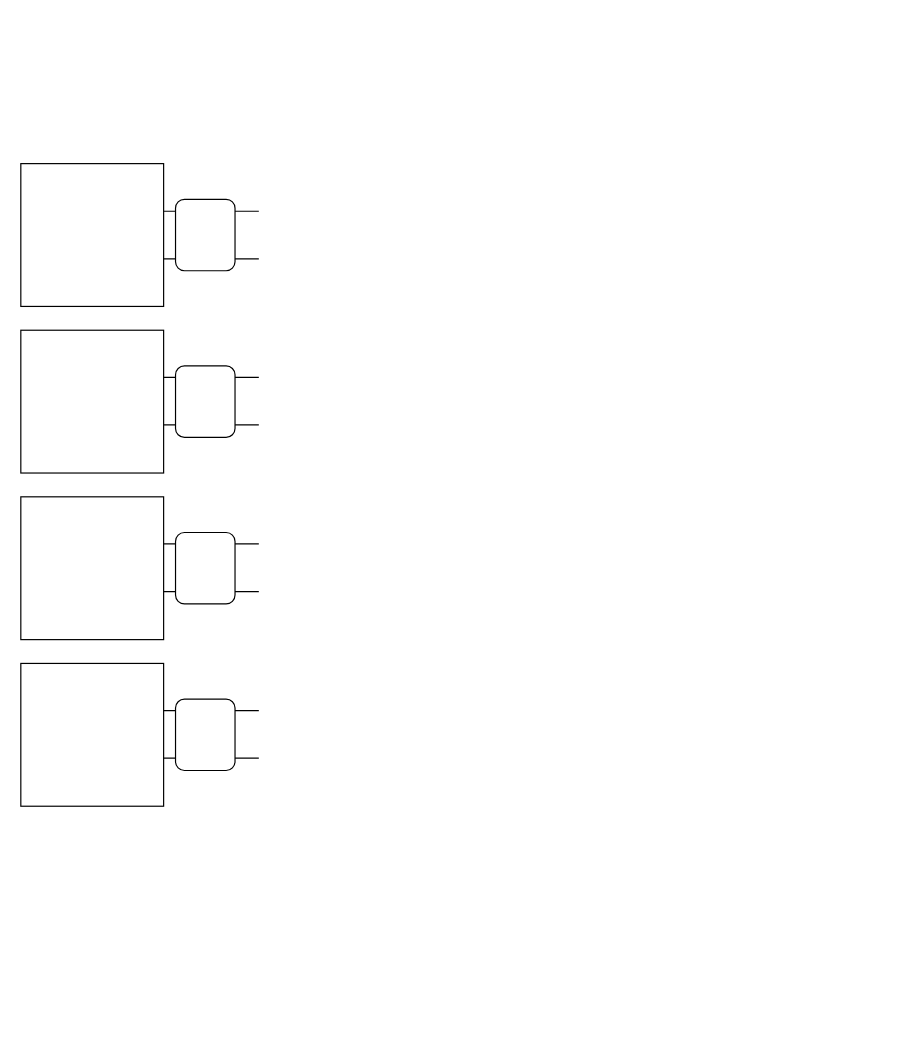
Above: BMS.drawio in VCODERN/draw.io (draw.io), before the change. Source tidied: cells renumbered, new cells numbered last; positions are measured from the earlier drawing's top-left corner, leaving out a move shared by most shapes. Both pictures are drawn from the tidied source at 119%, with x=0, y=0 at pixel (20, 163).
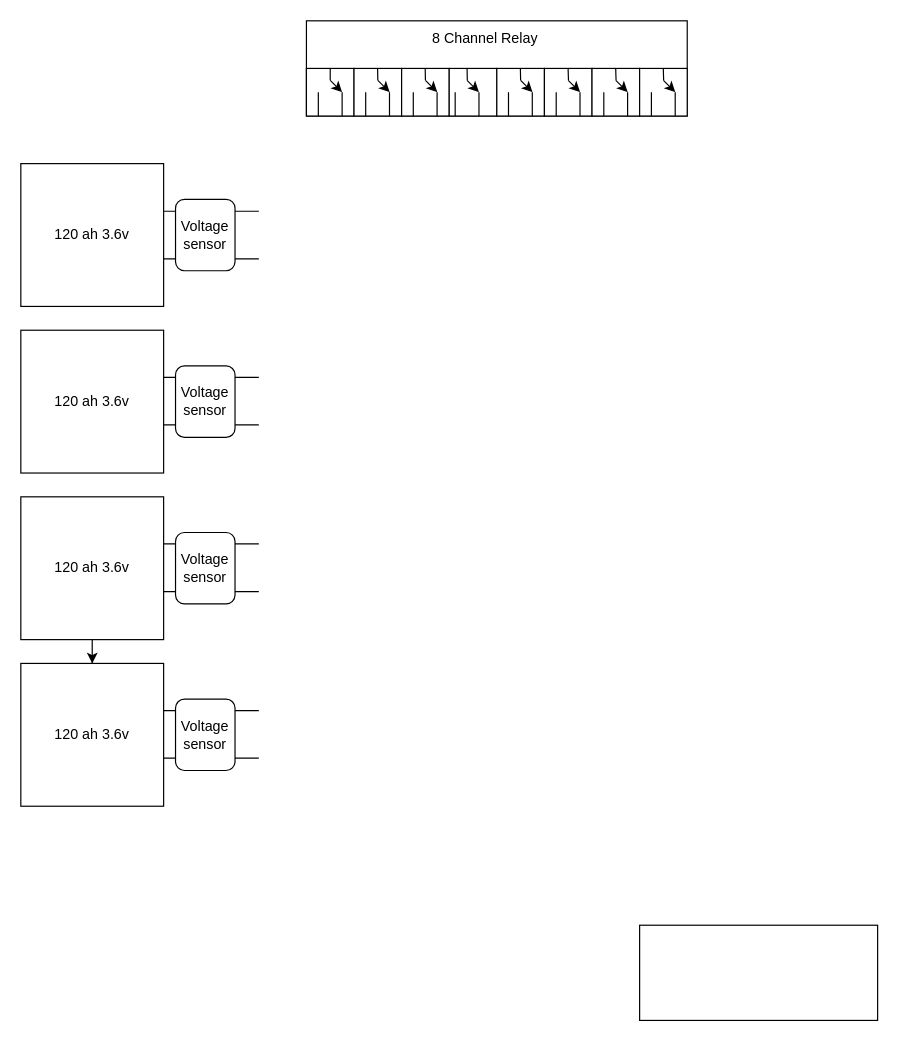
The same page after the edit.

Change to the diagram source:
```diff
@@
-    <mxCell id="2" style="whiteSpace=wrap;html=1;" parent="1" vertex="1">
+    <mxCell id="2" value="120 ah 3.6v" style="whiteSpace=wrap;html=1;" parent="1" vertex="1">
       <mxGeometry width="120" height="120" as="geometry" />
     </mxCell>
-    <mxCell id="3" style="whiteSpace=wrap;html=1;" parent="1" vertex="1">
+    <mxCell id="3" value="120 ah 3.6v" style="whiteSpace=wrap;html=1;" parent="1" vertex="1">
       <mxGeometry y="140" width="120" height="120" as="geometry" />
     </mxCell>
+    <mxCell id="18" style="edgeStyle=orthogonalEdgeStyle;rounded=0;jettySize=auto;html=1;" parent="1" edge="1" source="4" target="5">
+      <mxGeometry relative="1" as="geometry" />
+    </mxCell>
-    <mxCell id="4" style="whiteSpace=wrap;html=1;" parent="1" vertex="1">
+    <mxCell id="4" value="120 ah 3.6v" style="whiteSpace=wrap;html=1;" parent="1" vertex="1">
       <mxGeometry y="280" width="120" height="120" as="geometry" />
     </mxCell>
-    <mxCell id="5" style="whiteSpace=wrap;html=1;" parent="1" vertex="1">
+    <mxCell id="5" value="120 ah 3.6v" style="whiteSpace=wrap;html=1;" parent="1" vertex="1">
       <mxGeometry y="420" width="120" height="120" as="geometry" />
     </mxCell>
@@
-    <mxCell id="14" style="rounded=1;whiteSpace=wrap;html=1;" parent="1" vertex="1">
+    <mxCell id="14" value="Voltage sensor" style="rounded=1;whiteSpace=wrap;html=1;" parent="1" vertex="1">
       <mxGeometry x="130" y="30" width="50" height="60" as="geometry" />
     </mxCell>
-    <mxCell id="15" style="rounded=1;whiteSpace=wrap;html=1;" parent="1" vertex="1">
+    <mxCell id="15" value="Voltage sensor" style="rounded=1;whiteSpace=wrap;html=1;" parent="1" vertex="1">
       <mxGeometry x="130" y="170" width="50" height="60" as="geometry" />
     </mxCell>
-    <mxCell id="16" style="rounded=1;whiteSpace=wrap;html=1;" parent="1" vertex="1">
+    <mxCell id="16" value="Voltage sensor" style="rounded=1;whiteSpace=wrap;html=1;" parent="1" vertex="1">
       <mxGeometry x="130" y="310" width="50" height="60" as="geometry" />
     </mxCell>
-    <mxCell id="17" style="rounded=1;whiteSpace=wrap;html=1;" parent="1" vertex="1">
+    <mxCell id="17" value="Voltage sensor" style="rounded=1;whiteSpace=wrap;html=1;" parent="1" vertex="1">
       <mxGeometry x="130" y="450" width="50" height="60" as="geometry" />
     </mxCell>
+    <mxCell id="19" style="rounded=0;whiteSpace=wrap;html=1;" parent="1" vertex="1">
+      <mxGeometry x="240" y="-120" width="320" height="80" as="geometry" />
+    </mxCell>
+    <mxCell id="20" style="whiteSpace=wrap;html=1;" parent="1" vertex="1">
+      <mxGeometry x="240" y="-80" width="40" height="40" as="geometry" />
+    </mxCell>
+    <mxCell id="21" style="whiteSpace=wrap;html=1;" parent="1" vertex="1">
+      <mxGeometry x="280" y="-80" width="40" height="40" as="geometry" />
+    </mxCell>
+    <mxCell id="22" style="whiteSpace=wrap;html=1;" parent="1" vertex="1">
+      <mxGeometry x="320" y="-80" width="40" height="40" as="geometry" />
+    </mxCell>
+    <mxCell id="23" style="whiteSpace=wrap;html=1;" parent="1" vertex="1">
+      <mxGeometry x="360" y="-80" width="40" height="40" as="geometry" />
+    </mxCell>
+    <mxCell id="24" style="whiteSpace=wrap;html=1;" parent="1" vertex="1">
+      <mxGeometry x="400" y="-80" width="40" height="40" as="geometry" />
+    </mxCell>
+    <mxCell id="25" style="whiteSpace=wrap;html=1;" parent="1" vertex="1">
+      <mxGeometry x="440" y="-80" width="40" height="40" as="geometry" />
+    </mxCell>
+    <mxCell id="26" style="whiteSpace=wrap;html=1;" parent="1" vertex="1">
+      <mxGeometry x="480" y="-80" width="40" height="40" as="geometry" />
+    </mxCell>
+    <mxCell id="27" style="whiteSpace=wrap;html=1;" parent="1" vertex="1">
+      <mxGeometry x="520" y="-80" width="40" height="40" as="geometry" />
+    </mxCell>
+    <mxCell id="28" style="endArrow=none;html=1;rounded=0;exitX=0.5;exitY=0;exitDx=0;exitDy=0;" parent="1" edge="1" source="20">
+      <mxGeometry relative="1" as="geometry">
+        <mxPoint x="260" y="-70" as="targetPoint" />
+      </mxGeometry>
+    </mxCell>
+    <mxCell id="29" style="endArrow=none;html=1;rounded=0;exitX=0.5;exitY=0;exitDx=0;exitDy=0;" parent="1" edge="1">
+      <mxGeometry relative="1" as="geometry">
+        <mxPoint x="270" y="-60" as="sourcePoint" />
+        <mxPoint x="270" y="-40" as="targetPoint" />
+        <Array as="points">
+          <mxPoint x="270" y="-40" />
+        </Array>
+      </mxGeometry>
+    </mxCell>
+    <mxCell id="30" style="endArrow=none;html=1;rounded=0;exitX=0.5;exitY=0;exitDx=0;exitDy=0;" parent="1" edge="1">
+      <mxGeometry relative="1" as="geometry">
+        <mxPoint x="250" y="-60" as="sourcePoint" />
+        <mxPoint x="250" y="-40" as="targetPoint" />
+        <Array as="points">
+          <mxPoint x="250" y="-40" />
+        </Array>
+      </mxGeometry>
+    </mxCell>
+    <mxCell id="31" style="endArrow=none;html=1;rounded=0;exitX=0.5;exitY=0;exitDx=0;exitDy=0;" parent="1" edge="1">
+      <mxGeometry relative="1" as="geometry">
+        <mxPoint x="299.8" y="-80" as="sourcePoint" />
+        <mxPoint x="300" y="-70" as="targetPoint" />
+      </mxGeometry>
+    </mxCell>
+    <mxCell id="32" style="endArrow=none;html=1;rounded=0;exitX=0.5;exitY=0;exitDx=0;exitDy=0;" parent="1" edge="1">
+      <mxGeometry relative="1" as="geometry">
+        <mxPoint x="309.8" y="-60" as="sourcePoint" />
+        <mxPoint x="309.8" y="-40" as="targetPoint" />
+        <Array as="points">
+          <mxPoint x="309.8" y="-40" />
+        </Array>
+      </mxGeometry>
+    </mxCell>
+    <mxCell id="33" style="endArrow=none;html=1;rounded=0;exitX=0.5;exitY=0;exitDx=0;exitDy=0;" parent="1" edge="1">
+      <mxGeometry relative="1" as="geometry">
+        <mxPoint x="289.8" y="-60" as="sourcePoint" />
+        <mxPoint x="289.8" y="-40" as="targetPoint" />
+        <Array as="points">
+          <mxPoint x="289.8" y="-40" />
+        </Array>
+      </mxGeometry>
+    </mxCell>
+    <mxCell id="34" style="endArrow=none;html=1;rounded=0;exitX=0.5;exitY=0;exitDx=0;exitDy=0;" parent="1" edge="1">
+      <mxGeometry relative="1" as="geometry">
+        <mxPoint x="339.8" y="-80" as="sourcePoint" />
+        <mxPoint x="340" y="-70" as="targetPoint" />
+      </mxGeometry>
+    </mxCell>
+    <mxCell id="35" style="endArrow=none;html=1;rounded=0;exitX=0.5;exitY=0;exitDx=0;exitDy=0;" parent="1" edge="1">
+      <mxGeometry relative="1" as="geometry">
+        <mxPoint x="349.8" y="-60" as="sourcePoint" />
+        <mxPoint x="349.8" y="-40" as="targetPoint" />
+        <Array as="points">
+          <mxPoint x="349.8" y="-40" />
+        </Array>
+      </mxGeometry>
+    </mxCell>
+    <mxCell id="36" style="endArrow=none;html=1;rounded=0;exitX=0.5;exitY=0;exitDx=0;exitDy=0;" parent="1" edge="1">
+      <mxGeometry relative="1" as="geometry">
+        <mxPoint x="329.8" y="-60" as="sourcePoint" />
+        <mxPoint x="329.8" y="-40" as="targetPoint" />
+        <Array as="points">
+          <mxPoint x="329.8" y="-40" />
+        </Array>
+      </mxGeometry>
+    </mxCell>
+    <mxCell id="37" style="endArrow=none;html=1;rounded=0;exitX=0.5;exitY=0;exitDx=0;exitDy=0;" parent="1" edge="1">
+      <mxGeometry relative="1" as="geometry">
+        <mxPoint x="375" y="-80" as="sourcePoint" />
+        <mxPoint x="375.2" y="-70" as="targetPoint" />
+      </mxGeometry>
+    </mxCell>
+    <mxCell id="38" style="endArrow=none;html=1;rounded=0;exitX=0.5;exitY=0;exitDx=0;exitDy=0;" parent="1" edge="1">
+      <mxGeometry relative="1" as="geometry">
+        <mxPoint x="385" y="-60" as="sourcePoint" />
+        <mxPoint x="385" y="-40" as="targetPoint" />
+        <Array as="points">
+          <mxPoint x="385" y="-40" />
+        </Array>
+      </mxGeometry>
+    </mxCell>
+    <mxCell id="39" style="endArrow=none;html=1;rounded=0;exitX=0.5;exitY=0;exitDx=0;exitDy=0;" parent="1" edge="1">
+      <mxGeometry relative="1" as="geometry">
+        <mxPoint x="365" y="-60" as="sourcePoint" />
+        <mxPoint x="365" y="-40" as="targetPoint" />
+        <Array as="points">
+          <mxPoint x="365" y="-40" />
+        </Array>
+      </mxGeometry>
+    </mxCell>
+    <mxCell id="40" style="endArrow=none;html=1;rounded=0;exitX=0.5;exitY=0;exitDx=0;exitDy=0;" parent="1" edge="1">
+      <mxGeometry relative="1" as="geometry">
+        <mxPoint x="419.8" y="-80" as="sourcePoint" />
+        <mxPoint x="420" y="-70" as="targetPoint" />
+      </mxGeometry>
+    </mxCell>
+    <mxCell id="41" style="endArrow=none;html=1;rounded=0;exitX=0.5;exitY=0;exitDx=0;exitDy=0;" parent="1" edge="1">
+      <mxGeometry relative="1" as="geometry">
+        <mxPoint x="429.8" y="-60" as="sourcePoint" />
+        <mxPoint x="429.8" y="-40" as="targetPoint" />
+        <Array as="points">
+          <mxPoint x="429.8" y="-40" />
+        </Array>
+      </mxGeometry>
+    </mxCell>
+    <mxCell id="42" style="endArrow=none;html=1;rounded=0;exitX=0.5;exitY=0;exitDx=0;exitDy=0;" parent="1" edge="1">
+      <mxGeometry relative="1" as="geometry">
+        <mxPoint x="409.8" y="-60" as="sourcePoint" />
+        <mxPoint x="409.8" y="-40" as="targetPoint" />
+        <Array as="points">
+          <mxPoint x="409.8" y="-40" />
+        </Array>
+      </mxGeometry>
+    </mxCell>
+    <mxCell id="43" style="endArrow=none;html=1;rounded=0;exitX=0.5;exitY=0;exitDx=0;exitDy=0;" parent="1" edge="1">
+      <mxGeometry relative="1" as="geometry">
+        <mxPoint x="459.9" y="-80" as="sourcePoint" />
+        <mxPoint x="460.2" y="-70" as="targetPoint" />
+      </mxGeometry>
+    </mxCell>
+    <mxCell id="44" style="endArrow=none;html=1;rounded=0;exitX=0.5;exitY=0;exitDx=0;exitDy=0;" parent="1" edge="1">
+      <mxGeometry relative="1" as="geometry">
+        <mxPoint x="469.9" y="-60" as="sourcePoint" />
+        <mxPoint x="469.9" y="-40" as="targetPoint" />
+        <Array as="points">
+          <mxPoint x="469.9" y="-40" />
+        </Array>
+      </mxGeometry>
+    </mxCell>
+    <mxCell id="45" style="endArrow=none;html=1;rounded=0;exitX=0.5;exitY=0;exitDx=0;exitDy=0;" parent="1" edge="1">
+      <mxGeometry relative="1" as="geometry">
+        <mxPoint x="449.9" y="-60" as="sourcePoint" />
+        <mxPoint x="449.9" y="-40" as="targetPoint" />
+        <Array as="points">
+          <mxPoint x="449.9" y="-40" />
+        </Array>
+      </mxGeometry>
+    </mxCell>
+    <mxCell id="46" style="endArrow=none;html=1;rounded=0;exitX=0.5;exitY=0;exitDx=0;exitDy=0;" parent="1" edge="1">
+      <mxGeometry relative="1" as="geometry">
+        <mxPoint x="499.9" y="-80" as="sourcePoint" />
+        <mxPoint x="500.2" y="-70" as="targetPoint" />
+      </mxGeometry>
+    </mxCell>
+    <mxCell id="47" style="endArrow=none;html=1;rounded=0;exitX=0.5;exitY=0;exitDx=0;exitDy=0;" parent="1" edge="1">
+      <mxGeometry relative="1" as="geometry">
+        <mxPoint x="509.9" y="-60" as="sourcePoint" />
+        <mxPoint x="509.9" y="-40" as="targetPoint" />
+        <Array as="points">
+          <mxPoint x="509.9" y="-40" />
+        </Array>
+      </mxGeometry>
+    </mxCell>
+    <mxCell id="48" style="endArrow=none;html=1;rounded=0;exitX=0.5;exitY=0;exitDx=0;exitDy=0;" parent="1" edge="1">
+      <mxGeometry relative="1" as="geometry">
+        <mxPoint x="489.9" y="-60" as="sourcePoint" />
+        <mxPoint x="489.9" y="-40" as="targetPoint" />
+        <Array as="points">
+          <mxPoint x="489.9" y="-40" />
+        </Array>
+      </mxGeometry>
+    </mxCell>
+    <mxCell id="49" style="endArrow=none;html=1;rounded=0;exitX=0.5;exitY=0;exitDx=0;exitDy=0;" parent="1" edge="1">
+      <mxGeometry relative="1" as="geometry">
+        <mxPoint x="539.9" y="-80" as="sourcePoint" />
+        <mxPoint x="540.2" y="-70" as="targetPoint" />
+      </mxGeometry>
+    </mxCell>
+    <mxCell id="50" style="endArrow=none;html=1;rounded=0;exitX=0.5;exitY=0;exitDx=0;exitDy=0;" parent="1" edge="1">
+      <mxGeometry relative="1" as="geometry">
+        <mxPoint x="549.9" y="-60" as="sourcePoint" />
+        <mxPoint x="549.9" y="-40" as="targetPoint" />
+        <Array as="points">
+          <mxPoint x="549.9" y="-40" />
+        </Array>
+      </mxGeometry>
+    </mxCell>
+    <mxCell id="51" style="endArrow=none;html=1;rounded=0;exitX=0.5;exitY=0;exitDx=0;exitDy=0;" parent="1" edge="1">
+      <mxGeometry relative="1" as="geometry">
+        <mxPoint x="529.9" y="-60" as="sourcePoint" />
+        <mxPoint x="529.9" y="-40" as="targetPoint" />
+        <Array as="points">
+          <mxPoint x="529.9" y="-40" />
+        </Array>
+      </mxGeometry>
+    </mxCell>
+    <mxCell id="52" value="8 Channel Relay" style="text;strokeColor=none;fillColor=none;align=left;verticalAlign=middle;spacingLeft=4;spacingRight=4;overflow=hidden;whiteSpace=wrap;html=1;" parent="1" vertex="1">
+      <mxGeometry x="340" y="-120" width="110" height="30" as="geometry" />
+    </mxCell>
+    <mxCell id="53" style="endArrow=classic;html=1;rounded=0;" parent="1" edge="1">
+      <mxGeometry relative="1" as="geometry">
+        <mxPoint x="260" y="-70" as="sourcePoint" />
+        <mxPoint x="270" y="-60" as="targetPoint" />
+      </mxGeometry>
+    </mxCell>
+    <mxCell id="54" style="endArrow=classic;html=1;rounded=0;" parent="1" edge="1">
+      <mxGeometry relative="1" as="geometry">
+        <mxPoint x="300" y="-70" as="sourcePoint" />
+        <mxPoint x="310" y="-60" as="targetPoint" />
+      </mxGeometry>
+    </mxCell>
+    <mxCell id="55" style="endArrow=classic;html=1;rounded=0;" parent="1" edge="1">
+      <mxGeometry relative="1" as="geometry">
+        <mxPoint x="340" y="-70" as="sourcePoint" />
+        <mxPoint x="350" y="-60" as="targetPoint" />
+      </mxGeometry>
+    </mxCell>
+    <mxCell id="56" style="endArrow=classic;html=1;rounded=0;" parent="1" edge="1">
+      <mxGeometry relative="1" as="geometry">
+        <mxPoint x="375" y="-70" as="sourcePoint" />
+        <mxPoint x="385" y="-60" as="targetPoint" />
+      </mxGeometry>
+    </mxCell>
+    <mxCell id="57" style="endArrow=classic;html=1;rounded=0;" parent="1" edge="1">
+      <mxGeometry relative="1" as="geometry">
+        <mxPoint x="420" y="-70" as="sourcePoint" />
+        <mxPoint x="430" y="-60" as="targetPoint" />
+      </mxGeometry>
+    </mxCell>
+    <mxCell id="58" style="endArrow=classic;html=1;rounded=0;" parent="1" edge="1">
+      <mxGeometry relative="1" as="geometry">
+        <mxPoint x="460" y="-70" as="sourcePoint" />
+        <mxPoint x="470" y="-60" as="targetPoint" />
+      </mxGeometry>
+    </mxCell>
+    <mxCell id="59" style="endArrow=classic;html=1;rounded=0;" parent="1" edge="1">
+      <mxGeometry relative="1" as="geometry">
+        <mxPoint x="500" y="-70" as="sourcePoint" />
+        <mxPoint x="510" y="-60" as="targetPoint" />
+      </mxGeometry>
+    </mxCell>
+    <mxCell id="60" style="endArrow=classic;html=1;rounded=0;" parent="1" edge="1">
+      <mxGeometry relative="1" as="geometry">
+        <mxPoint x="540" y="-70" as="sourcePoint" />
+        <mxPoint x="550" y="-60" as="targetPoint" />
+      </mxGeometry>
+    </mxCell>
+    <mxCell id="61" style="rounded=0;whiteSpace=wrap;html=1;" parent="1" vertex="1">
+      <mxGeometry x="520" y="640" width="200" height="80" as="geometry" />
+    </mxCell>
```
